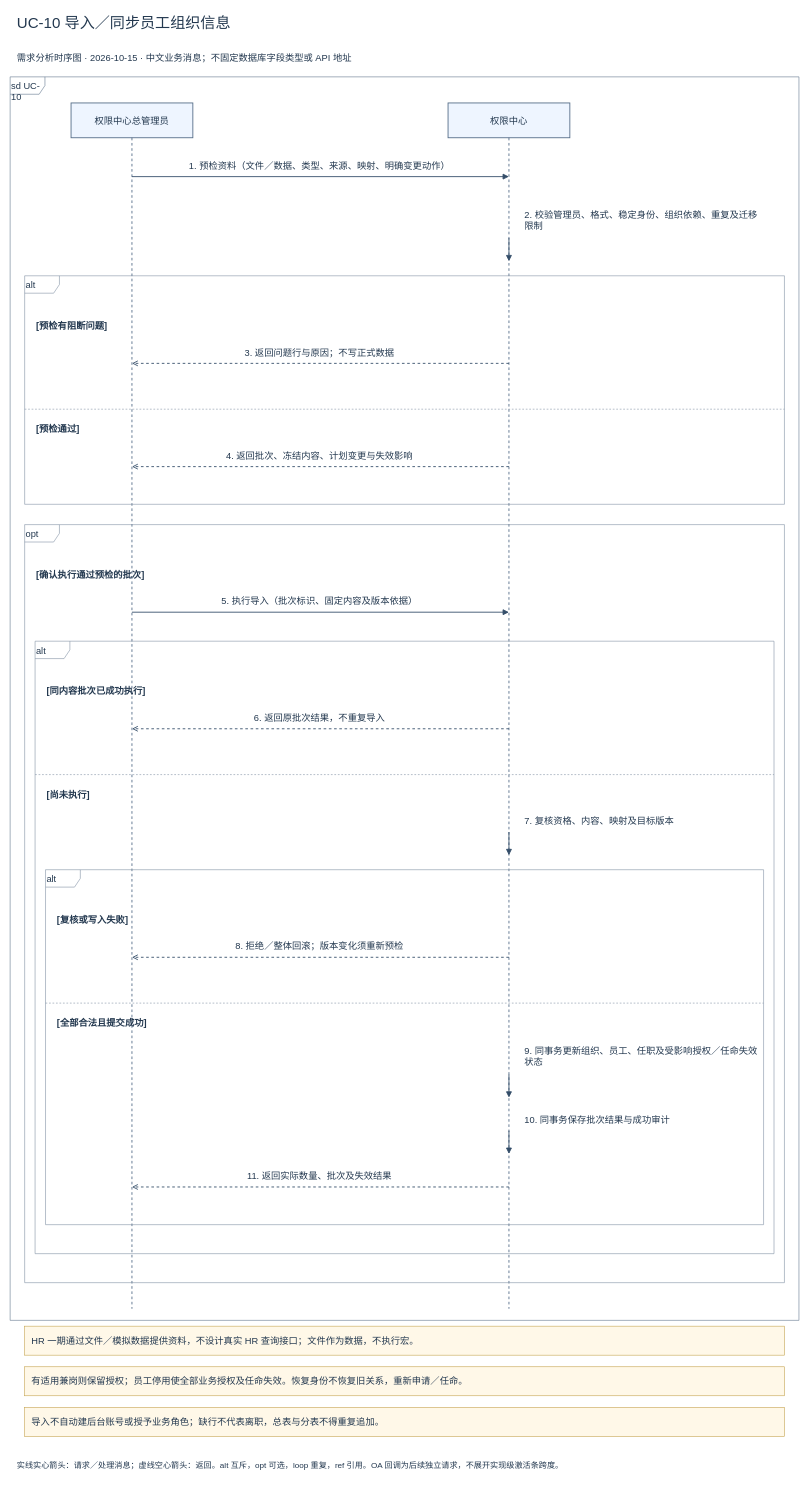
Noah-hope/RBAC-admin keeps this draw.io diagram as page "UC-10 导入／同步员工组织信息" (1 of 2) of docs/01-requirements/sequences-v1/UC-10_导入／同步员工组织信息_时序图.drawio. Above is the earlier version. Source tidied: cells renumbered, new cells numbered last; positions are measured from the earlier drawing's top-left corner, leaving out a move shared by most shapes. Both pictures are drawn from the tidied source at 58%, with x=0, y=0 at pixel (10, 10).
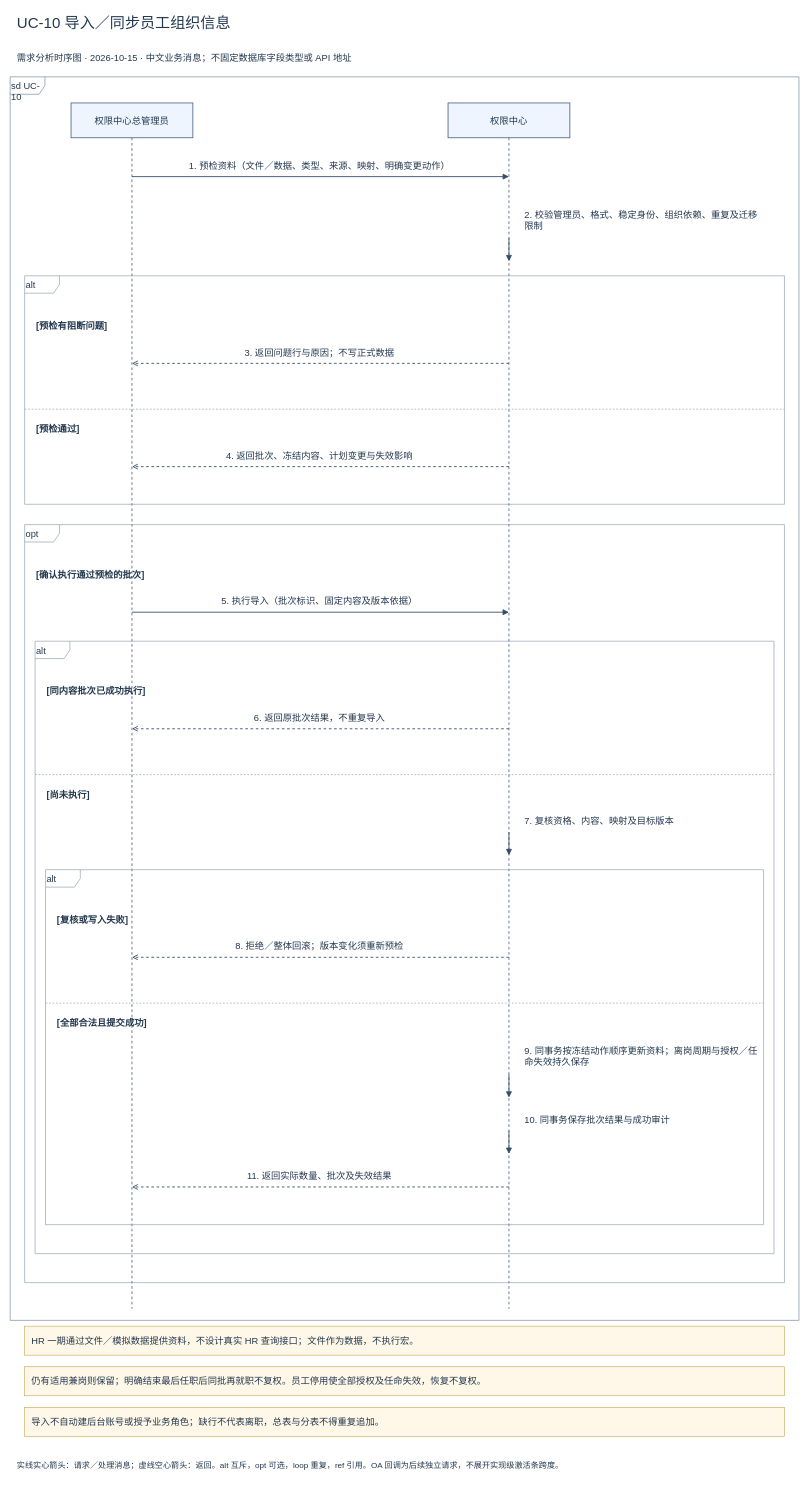
The same diagram, later.

Diff of the diagram source:
```diff
@@
-    <mxCell id="38" value="9. 同事务更新组织、员工、任职及受影响授权／任命失效&lt;br&gt;状态" style="html=1;fontFamily=Microsoft YaHei;fontSize=16;fontColor=#23384f;text;align=left;verticalAlign=middle;fillColor=#ffffff;strokeColor=none;" parent="1" vertex="1">
+    <mxCell id="38" value="9. 同事务按冻结动作顺序更新资料；离岗周期与授权／任&lt;br&gt;命失效持久保存" style="html=1;fontFamily=Microsoft YaHei;fontSize=16;fontColor=#23384f;text;align=left;verticalAlign=middle;fillColor=#ffffff;strokeColor=none;" parent="1" vertex="1">
       <mxGeometry x="885" y="1780" width="410" height="48" as="geometry" />
     </mxCell>
@@
-    <mxCell id="44" value="有适用兼岗则保留授权；员工停用使全部业务授权及任命失效。恢复身份不恢复旧关系，重新申请／任命。" style="html=1;fontFamily=Microsoft YaHei;fontSize=16;fontColor=#23384f;rounded=0;whiteSpace=wrap;align=left;spacing=12;fillColor=#fff8e8;strokeColor=#c4a34f;" parent="1" vertex="1">
+    <mxCell id="44" value="仍有适用兼岗则保留；明确结束最后任职后同批再就职不复权。员工停用使全部授权及任命失效，恢复不复权。" style="html=1;fontFamily=Microsoft YaHei;fontSize=16;fontColor=#23384f;rounded=0;whiteSpace=wrap;align=left;spacing=12;fillColor=#fff8e8;strokeColor=#c4a34f;" parent="1" vertex="1">
       <mxGeometry x="25" y="2339" width="1310" height="50" as="geometry" />
     </mxCell>
```
